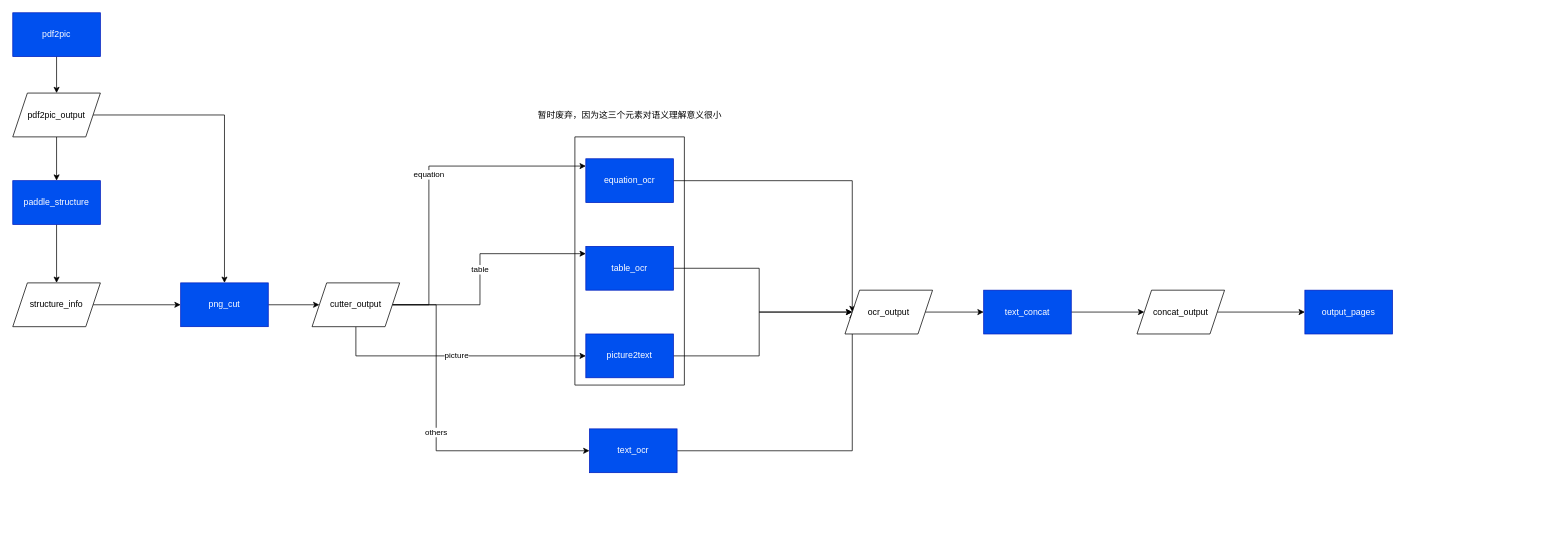
NatsUijm/pdfIntelligence keeps this draw.io diagram as 程序处理流程图.drawio. Above is the earlier version. Source tidied: cells renumbered, new cells numbered last; positions are measured from the earlier drawing's top-left corner, leaving out a move shared by most shapes. Both pictures are drawn from the tidied source at 73%, with x=0, y=0 at pixel (12, 12).
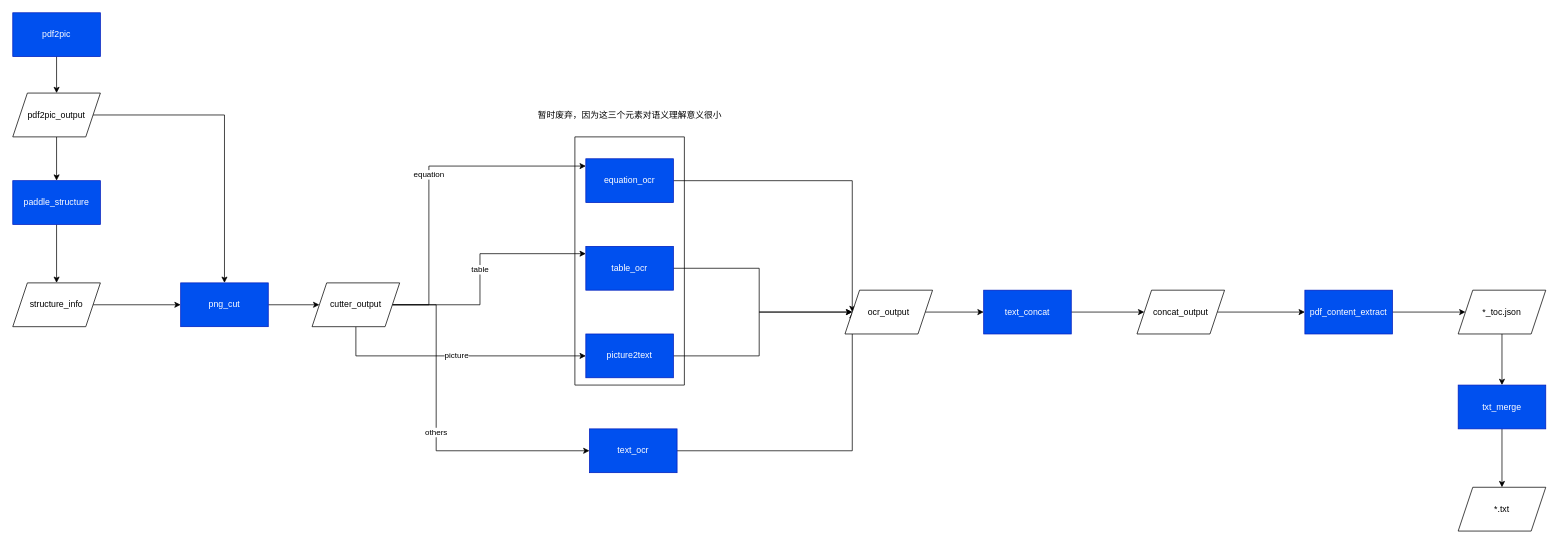
Above is the later version.

Change to the diagram source:
```diff
@@
+    <mxCell id="35" style="edgeStyle=orthogonalEdgeStyle;rounded=0;jettySize=auto;html=1;" parent="1" edge="1" source="29" target="37">
+      <mxGeometry relative="1" as="geometry" />
+    </mxCell>
-    <mxCell id="29" value="output_pages" style="whiteSpace=wrap;html=1;fillColor=#0050ef;fontColor=#ffffff;strokeColor=#001DBC;" parent="1" vertex="1">
+    <mxCell id="29" value="pdf_content_extract" style="whiteSpace=wrap;html=1;fillColor=#0050ef;fontColor=#ffffff;strokeColor=#001DBC;" parent="1" vertex="1">
       <mxGeometry x="1770" y="380" width="120" height="60" as="geometry" />
     </mxCell>
@@
+    <mxCell id="36" style="edgeStyle=orthogonalEdgeStyle;rounded=0;jettySize=auto;html=1;" parent="1" edge="1" source="37" target="39">
+      <mxGeometry relative="1" as="geometry" />
+    </mxCell>
+    <mxCell id="37" value="*_toc.json" style="shape=parallelogram;perimeter=parallelogramPerimeter;whiteSpace=wrap;html=1;fixedSize=1;" parent="1" vertex="1">
+      <mxGeometry x="1980" y="380" width="120" height="60" as="geometry" />
+    </mxCell>
+    <mxCell id="38" style="edgeStyle=orthogonalEdgeStyle;rounded=0;jettySize=auto;html=1;" parent="1" edge="1" source="39" target="40">
+      <mxGeometry relative="1" as="geometry" />
+    </mxCell>
+    <mxCell id="39" value="txt_merge" style="whiteSpace=wrap;html=1;fillColor=#0050ef;fontColor=#ffffff;strokeColor=#001DBC;" parent="1" vertex="1">
+      <mxGeometry x="1980" y="510" width="120" height="60" as="geometry" />
+    </mxCell>
+    <mxCell id="40" value="*.txt" style="shape=parallelogram;perimeter=parallelogramPerimeter;whiteSpace=wrap;html=1;fixedSize=1;" parent="1" vertex="1">
+      <mxGeometry x="1980" y="650" width="120" height="60" as="geometry" />
+    </mxCell>
```
